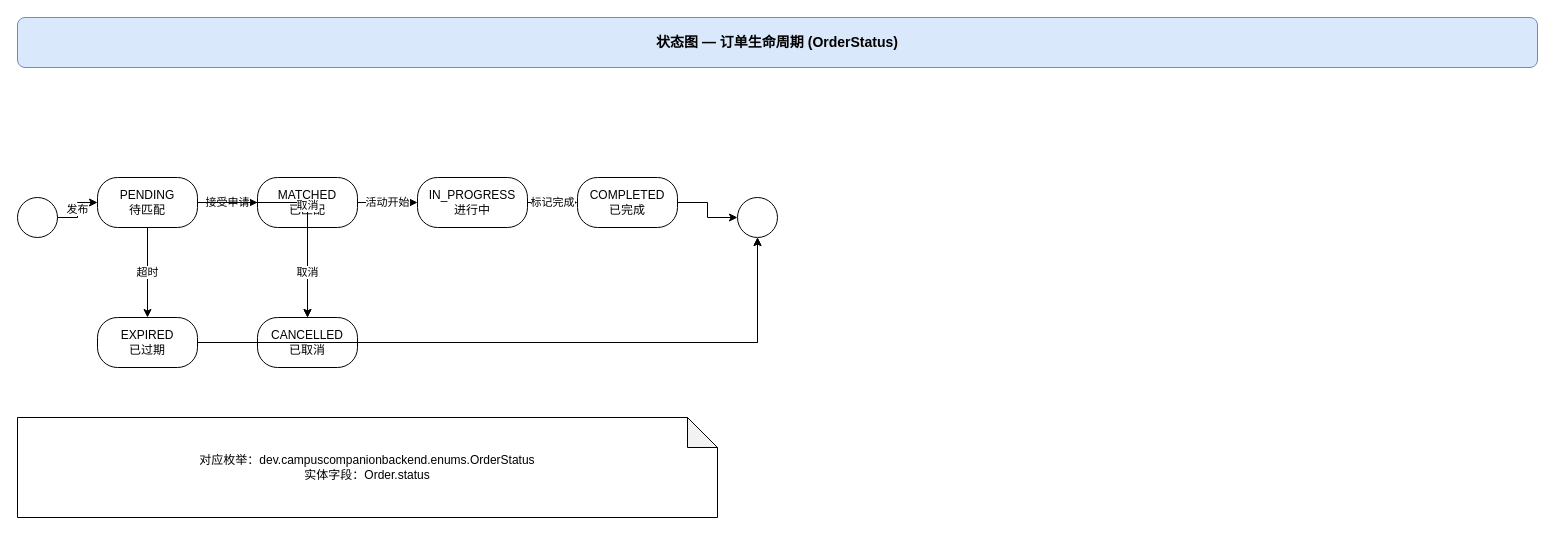
The draw.io diagram docs/SystemAnalysis/drawio源码/10-状态图-订单生命周期.drawio in GYC-123456789/CampusActivity, before the edit. Source tidied: cells renumbered, new cells numbered last; positions are measured from the earlier drawing's top-left corner, leaving out a move shared by most shapes. Both pictures are drawn from the tidied source at 100%, with x=0, y=0 at pixel (17, 17).
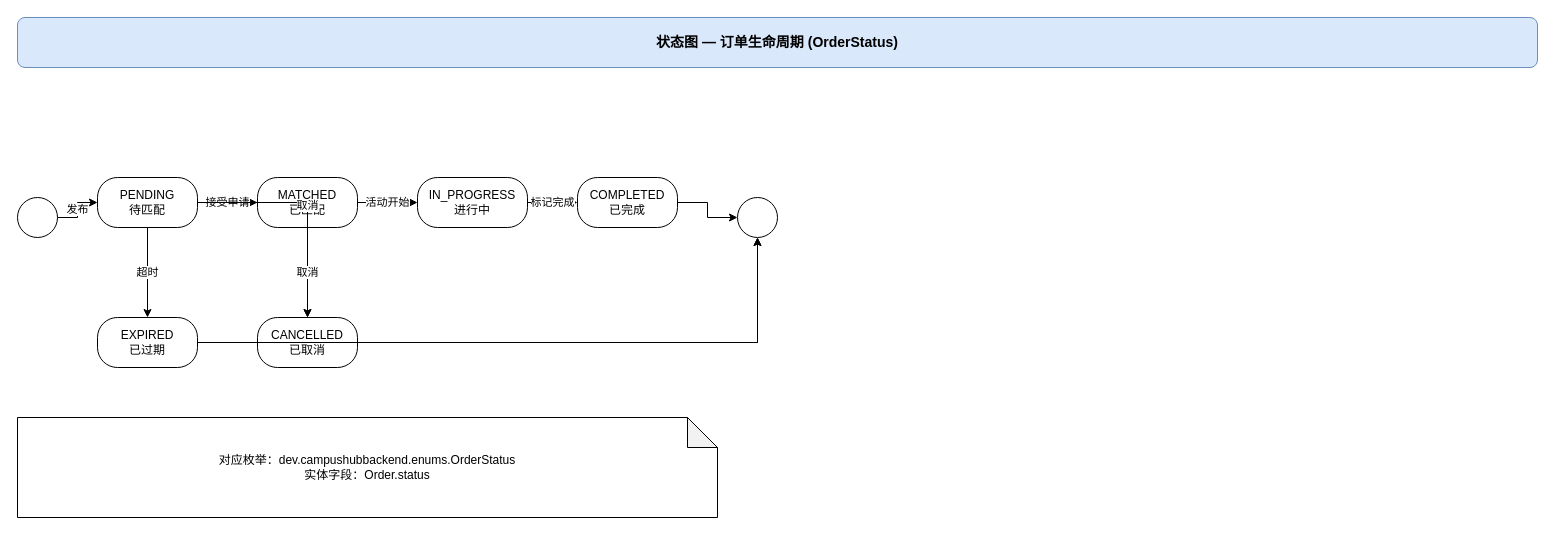
After the change.

Diff of the diagram source:
```diff
@@
-    <mxCell id="21" value="对应枚举：dev.campuscompanionbackend.enums.OrderStatus&#10;实体字段：Order.status" style="rounded=1;whiteSpace=wrap;html=1;shape=note;whiteSpace=wrap;html=1;backgroundOutline=1;darkOpacity=0.05;" parent="1" vertex="1">
+    <mxCell id="21" value="对应枚举：dev.campushubbackend.enums.OrderStatus&#10;实体字段：Order.status" style="rounded=1;whiteSpace=wrap;html=1;shape=note;whiteSpace=wrap;html=1;backgroundOutline=1;darkOpacity=0.05;" parent="1" vertex="1">
       <mxGeometry y="400" width="700" height="100" as="geometry" />
     </mxCell>
```
